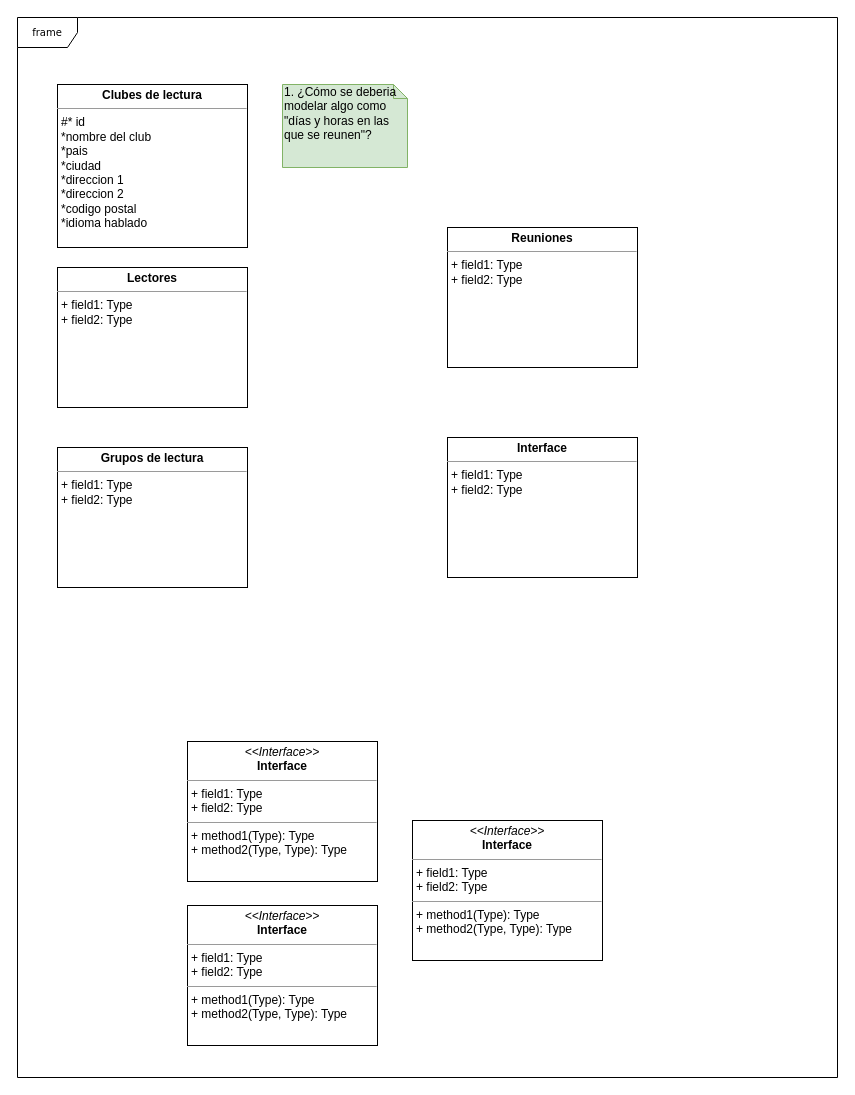
This is DB I/RC (Pseudo) Data structure.drawio from NeutronBlast/IS-Ex, a draw.io file, before an edit. Source tidied: cells renumbered, new cells numbered last; positions are measured from the earlier drawing's top-left corner, leaving out a move shared by most shapes. Both pictures are drawn from the tidied source at 100%, with x=0, y=0 at pixel (17, 17).
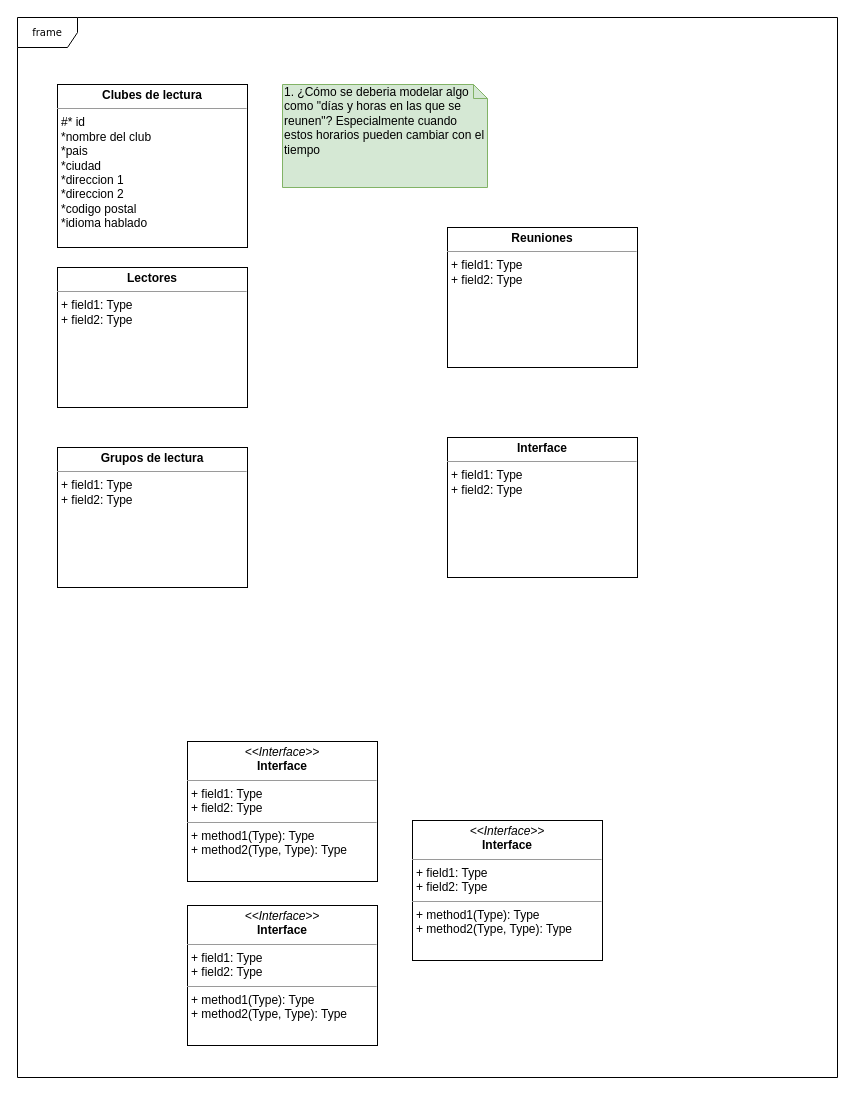
The same page after the edit.

Diff of the diagram source:
```diff
@@
 <mxGraphModel background="#ffffff">
   <root>
     <mxCell id="0" />
     <mxCell id="1" parent="0" />
     <mxCell id="2" value="frame" style="shape=umlFrame;whiteSpace=wrap;html=1;rounded=0;shadow=0;comic=0;labelBackgroundColor=none;strokeColor=#000000;strokeWidth=1;fillColor=#ffffff;fontFamily=Verdana;fontSize=10;fontColor=#000000;align=center;" parent="1" vertex="1">
       <mxGeometry width="820" height="1060" as="geometry" />
     </mxCell>
     <mxCell id="3" value="&lt;p style=&quot;margin:0px;margin-top:4px;text-align:center;&quot;&gt;&lt;i&gt;&amp;lt;&amp;lt;Interface&amp;gt;&amp;gt;&lt;/i&gt;&lt;br/&gt;&lt;b&gt;Interface&lt;/b&gt;&lt;/p&gt;&lt;hr size=&quot;1&quot;/&gt;&lt;p style=&quot;margin:0px;margin-left:4px;&quot;&gt;+ field1: Type&lt;br/&gt;+ field2: Type&lt;/p&gt;&lt;hr size=&quot;1&quot;/&gt;&lt;p style=&quot;margin:0px;margin-left:4px;&quot;&gt;+ method1(Type): Type&lt;br/&gt;+ method2(Type, Type): Type&lt;/p&gt;" style="verticalAlign=top;align=left;overflow=fill;fontSize=12;fontFamily=Helvetica;html=1;rounded=0;shadow=0;comic=0;labelBackgroundColor=none;strokeColor=#000000;strokeWidth=1;fillColor=#ffffff;" parent="1" vertex="1">
       <mxGeometry x="395" y="803" width="190" height="140" as="geometry" />
     </mxCell>
     <mxCell id="4" value="&lt;p style=&quot;margin: 0px ; margin-top: 4px ; text-align: center&quot;&gt;&lt;b&gt;Interface&lt;/b&gt;&lt;/p&gt;&lt;hr size=&quot;1&quot;&gt;&lt;p style=&quot;margin: 0px ; margin-left: 4px&quot;&gt;+ field1: Type&lt;br&gt;+ field2: Type&lt;/p&gt;&lt;p style=&quot;margin: 0px ; margin-left: 4px&quot;&gt;&lt;br&gt;&lt;/p&gt;" style="verticalAlign=top;align=left;overflow=fill;fontSize=12;fontFamily=Helvetica;html=1;rounded=0;shadow=0;comic=0;labelBackgroundColor=none;strokeColor=#000000;strokeWidth=1;fillColor=#ffffff;" parent="1" vertex="1">
       <mxGeometry x="430" y="420" width="190" height="140" as="geometry" />
     </mxCell>
     <mxCell id="5" value="&lt;p style=&quot;margin:0px;margin-top:4px;text-align:center;&quot;&gt;&lt;i&gt;&amp;lt;&amp;lt;Interface&amp;gt;&amp;gt;&lt;/i&gt;&lt;br/&gt;&lt;b&gt;Interface&lt;/b&gt;&lt;/p&gt;&lt;hr size=&quot;1&quot;/&gt;&lt;p style=&quot;margin:0px;margin-left:4px;&quot;&gt;+ field1: Type&lt;br/&gt;+ field2: Type&lt;/p&gt;&lt;hr size=&quot;1&quot;/&gt;&lt;p style=&quot;margin:0px;margin-left:4px;&quot;&gt;+ method1(Type): Type&lt;br/&gt;+ method2(Type, Type): Type&lt;/p&gt;" style="verticalAlign=top;align=left;overflow=fill;fontSize=12;fontFamily=Helvetica;html=1;rounded=0;shadow=0;comic=0;labelBackgroundColor=none;strokeColor=#000000;strokeWidth=1;fillColor=#ffffff;" parent="1" vertex="1">
       <mxGeometry x="170" y="888" width="190" height="140" as="geometry" />
     </mxCell>
     <mxCell id="6" value="&lt;p style=&quot;margin:0px;margin-top:4px;text-align:center;&quot;&gt;&lt;i&gt;&amp;lt;&amp;lt;Interface&amp;gt;&amp;gt;&lt;/i&gt;&lt;br/&gt;&lt;b&gt;Interface&lt;/b&gt;&lt;/p&gt;&lt;hr size=&quot;1&quot;/&gt;&lt;p style=&quot;margin:0px;margin-left:4px;&quot;&gt;+ field1: Type&lt;br/&gt;+ field2: Type&lt;/p&gt;&lt;hr size=&quot;1&quot;/&gt;&lt;p style=&quot;margin:0px;margin-left:4px;&quot;&gt;+ method1(Type): Type&lt;br/&gt;+ method2(Type, Type): Type&lt;/p&gt;" style="verticalAlign=top;align=left;overflow=fill;fontSize=12;fontFamily=Helvetica;html=1;rounded=0;shadow=0;comic=0;labelBackgroundColor=none;strokeColor=#000000;strokeWidth=1;fillColor=#ffffff;" parent="1" vertex="1">
       <mxGeometry x="170" y="724" width="190" height="140" as="geometry" />
     </mxCell>
     <mxCell id="7" value="&lt;p style=&quot;margin: 0px ; margin-top: 4px ; text-align: center&quot;&gt;&lt;b&gt;Reuniones&lt;/b&gt;&lt;/p&gt;&lt;hr size=&quot;1&quot;&gt;&lt;p style=&quot;margin: 0px ; margin-left: 4px&quot;&gt;+ field1: Type&lt;br&gt;+ field2: Type&lt;/p&gt;&lt;p style=&quot;margin: 0px ; margin-left: 4px&quot;&gt;&lt;br&gt;&lt;/p&gt;" style="verticalAlign=top;align=left;overflow=fill;fontSize=12;fontFamily=Helvetica;html=1;rounded=0;shadow=0;comic=0;labelBackgroundColor=none;strokeColor=#000000;strokeWidth=1;fillColor=#ffffff;" parent="1" vertex="1">
       <mxGeometry x="430" y="210" width="190" height="140" as="geometry" />
     </mxCell>
     <mxCell id="8" value="&lt;p style=&quot;margin: 0px ; margin-top: 4px ; text-align: center&quot;&gt;&lt;b&gt;Clubes de lectura&lt;/b&gt;&lt;/p&gt;&lt;hr size=&quot;1&quot;&gt;&lt;p style=&quot;margin: 0px ; margin-left: 4px&quot;&gt;#* id&lt;/p&gt;&lt;p style=&quot;margin: 0px ; margin-left: 4px&quot;&gt;*nombre del club&lt;/p&gt;&lt;p style=&quot;margin: 0px ; margin-left: 4px&quot;&gt;*pais&lt;/p&gt;&lt;p style=&quot;margin: 0px ; margin-left: 4px&quot;&gt;*ciudad&lt;/p&gt;&lt;p style=&quot;margin: 0px ; margin-left: 4px&quot;&gt;*direccion 1&lt;/p&gt;&lt;p style=&quot;margin: 0px ; margin-left: 4px&quot;&gt;*direccion 2&lt;/p&gt;&lt;p style=&quot;margin: 0px ; margin-left: 4px&quot;&gt;*codigo postal&lt;/p&gt;&lt;p style=&quot;margin: 0px ; margin-left: 4px&quot;&gt;*idioma hablado&lt;/p&gt;&lt;p style=&quot;margin: 0px ; margin-left: 4px&quot;&gt;&lt;br&gt;&lt;/p&gt;" style="verticalAlign=top;align=left;overflow=fill;fontSize=12;fontFamily=Helvetica;html=1;rounded=0;shadow=0;comic=0;labelBackgroundColor=none;strokeColor=#000000;strokeWidth=1;fillColor=#ffffff;" parent="1" vertex="1">
       <mxGeometry x="40" y="67" width="190" height="163" as="geometry" />
     </mxCell>
     <mxCell id="9" value="&lt;p style=&quot;margin: 0px ; margin-top: 4px ; text-align: center&quot;&gt;&lt;b&gt;Lectores&lt;/b&gt;&lt;/p&gt;&lt;hr size=&quot;1&quot;&gt;&lt;p style=&quot;margin: 0px ; margin-left: 4px&quot;&gt;+ field1: Type&lt;br&gt;+ field2: Type&lt;/p&gt;&lt;p style=&quot;margin: 0px ; margin-left: 4px&quot;&gt;&lt;br&gt;&lt;/p&gt;" style="verticalAlign=top;align=left;overflow=fill;fontSize=12;fontFamily=Helvetica;html=1;rounded=0;shadow=0;comic=0;labelBackgroundColor=none;strokeColor=#000000;strokeWidth=1;fillColor=#ffffff;" parent="1" vertex="1">
       <mxGeometry x="40" y="250" width="190" height="140" as="geometry" />
     </mxCell>
     <mxCell id="10" value="&lt;p style=&quot;margin: 0px ; margin-top: 4px ; text-align: center&quot;&gt;&lt;b&gt;Grupos de lectura&lt;/b&gt;&lt;/p&gt;&lt;hr size=&quot;1&quot;&gt;&lt;p style=&quot;margin: 0px ; margin-left: 4px&quot;&gt;+ field1: Type&lt;br&gt;+ field2: Type&lt;/p&gt;" style="verticalAlign=top;align=left;overflow=fill;fontSize=12;fontFamily=Helvetica;html=1;rounded=0;shadow=0;comic=0;labelBackgroundColor=none;strokeColor=#000000;strokeWidth=1;fillColor=#ffffff;" parent="1" vertex="1">
       <mxGeometry x="40" y="430" width="190" height="140" as="geometry" />
     </mxCell>
-    <mxCell id="11" value="1. ¿Cómo se deberia modelar algo como &quot;días y horas en las que se reunen&quot;?" style="shape=note;whiteSpace=wrap;html=1;size=14;verticalAlign=top;align=left;spacingTop=-6;fillColor=#d5e8d4;strokeColor=#82b366;" parent="1" vertex="1">
-      <mxGeometry x="265" y="67" width="125" height="83" as="geometry" />
+    <mxCell id="11" value="1. ¿Cómo se deberia modelar algo como &quot;días y horas en las que se reunen&quot;? Especialmente cuando estos horarios pueden cambiar con el tiempo" style="shape=note;whiteSpace=wrap;html=1;size=14;verticalAlign=top;align=left;spacingTop=-6;fillColor=#d5e8d4;strokeColor=#82b366;" parent="1" vertex="1">
+      <mxGeometry x="265" y="67" width="205" height="103" as="geometry" />
     </mxCell>
   </root>
 </mxGraphModel>
```
